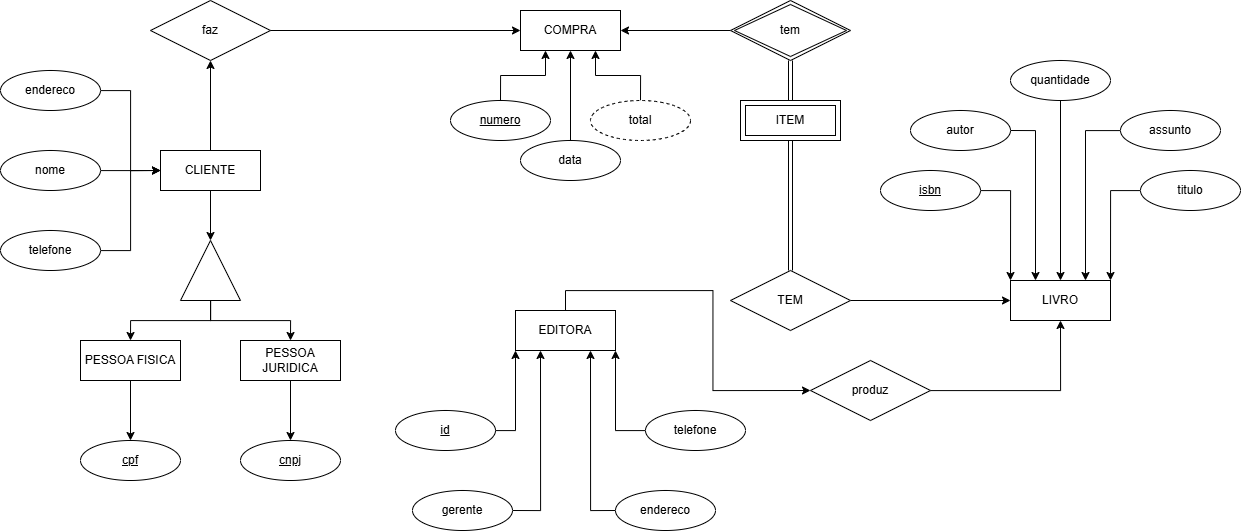
Above: puc2024.2/bcd/cardinalidades/licaoDeModelagem.drawio.png in batista29/puc (draw.io), before the change. Source tidied: cells renumbered, new cells last; positions are measured from the earlier drawing's top-left corner, leaving out a move shared by most shapes.
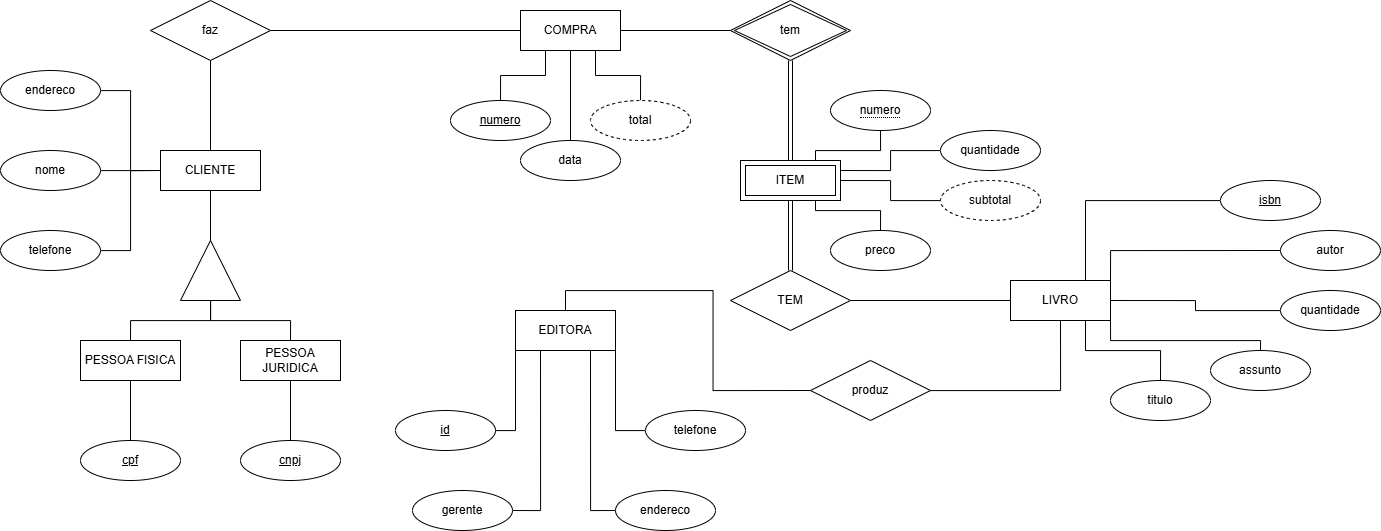
After the commit.

Commit message:
Faltando cardinalidade

Change to the diagram source:
```diff
@@ -2,13 +2,13 @@
   <root>
     <mxCell id="0" />
     <mxCell id="1" parent="0" />
-    <mxCell id="2" style="edgeStyle=orthogonalEdgeStyle;rounded=0;jettySize=auto;html=1;entryX=0.5;entryY=1;entryDx=0;entryDy=0;exitX=0.5;exitY=0;exitDx=0;exitDy=0;" parent="1" edge="1" source="3" target="51">
+    <mxCell id="2" style="edgeStyle=orthogonalEdgeStyle;rounded=0;jettySize=auto;html=1;entryX=0.5;entryY=1;entryDx=0;entryDy=0;exitX=0.5;exitY=0;exitDx=0;exitDy=0;endArrow=none;endFill=0;" parent="1" edge="1" source="3" target="51">
       <mxGeometry relative="1" as="geometry" />
     </mxCell>
     <mxCell id="3" value="CLIENTE" style="whiteSpace=wrap;html=1;align=center;labelBackgroundColor=none;" parent="1" vertex="1">
       <mxGeometry x="160" y="150" width="100" height="40" as="geometry" />
     </mxCell>
-    <mxCell id="4" style="edgeStyle=orthogonalEdgeStyle;rounded=0;jettySize=auto;html=1;entryX=0;entryY=0.5;entryDx=0;entryDy=0;exitX=0.5;exitY=0;exitDx=0;exitDy=0;" parent="1" edge="1" source="5" target="49">
+    <mxCell id="4" style="edgeStyle=orthogonalEdgeStyle;rounded=0;jettySize=auto;html=1;entryX=0;entryY=0.5;entryDx=0;entryDy=0;exitX=0.5;exitY=0;exitDx=0;exitDy=0;endArrow=none;endFill=0;" parent="1" edge="1" source="5" target="49">
       <mxGeometry relative="1" as="geometry" />
     </mxCell>
     <mxCell id="5" value="EDITORA" style="whiteSpace=wrap;html=1;align=center;labelBackgroundColor=none;" parent="1" vertex="1">
@@ -20,25 +20,25 @@
     <mxCell id="7" value="COMPRA" style="whiteSpace=wrap;html=1;align=center;labelBackgroundColor=none;" parent="1" vertex="1">
       <mxGeometry x="520" y="10" width="100" height="40" as="geometry" />
     </mxCell>
-    <mxCell id="8" style="edgeStyle=orthogonalEdgeStyle;rounded=0;jettySize=auto;html=1;entryX=0.5;entryY=0;entryDx=0;entryDy=0;labelBackgroundColor=none;fontColor=default;" parent="1" edge="1" source="10" target="15">
+    <mxCell id="8" style="edgeStyle=orthogonalEdgeStyle;rounded=0;jettySize=auto;html=1;entryX=0.5;entryY=0;entryDx=0;entryDy=0;labelBackgroundColor=none;fontColor=default;endArrow=none;endFill=0;" parent="1" edge="1" source="10" target="15">
       <mxGeometry relative="1" as="geometry" />
     </mxCell>
-    <mxCell id="9" style="edgeStyle=orthogonalEdgeStyle;rounded=0;jettySize=auto;html=1;entryX=0.5;entryY=0;entryDx=0;entryDy=0;labelBackgroundColor=none;fontColor=default;" parent="1" edge="1" source="10" target="12">
+    <mxCell id="9" style="edgeStyle=orthogonalEdgeStyle;rounded=0;jettySize=auto;html=1;entryX=0.5;entryY=0;entryDx=0;entryDy=0;labelBackgroundColor=none;fontColor=default;endArrow=none;endFill=0;" parent="1" edge="1" source="10" target="12">
       <mxGeometry relative="1" as="geometry" />
     </mxCell>
     <mxCell id="10" style="verticalLabelPosition=bottom;verticalAlign=top;html=1;shape=mxgraph.basic.acute_triangle;dx=0.5;labelBackgroundColor=none;" parent="1" vertex="1">
       <mxGeometry x="180" y="240" width="60" height="60" as="geometry" />
     </mxCell>
-    <mxCell id="11" style="edgeStyle=orthogonalEdgeStyle;rounded=0;jettySize=auto;html=1;entryX=0.5;entryY=0;entryDx=0;entryDy=0;labelBackgroundColor=none;fontColor=default;" parent="1" edge="1" source="12" target="16">
+    <mxCell id="11" style="edgeStyle=orthogonalEdgeStyle;rounded=0;jettySize=auto;html=1;entryX=0.5;entryY=0;entryDx=0;entryDy=0;labelBackgroundColor=none;fontColor=default;endArrow=none;endFill=0;" parent="1" edge="1" source="12" target="16">
       <mxGeometry relative="1" as="geometry" />
     </mxCell>
     <mxCell id="12" value="PESSOA FISICA" style="whiteSpace=wrap;html=1;align=center;labelBackgroundColor=none;" parent="1" vertex="1">
       <mxGeometry x="80" y="340" width="100" height="40" as="geometry" />
     </mxCell>
-    <mxCell id="13" style="edgeStyle=orthogonalEdgeStyle;rounded=0;jettySize=auto;html=1;entryX=0;entryY=0;entryDx=30;entryDy=0;entryPerimeter=0;labelBackgroundColor=none;fontColor=default;" parent="1" edge="1" source="3" target="10">
+    <mxCell id="13" style="edgeStyle=orthogonalEdgeStyle;rounded=0;jettySize=auto;html=1;entryX=0;entryY=0;entryDx=30;entryDy=0;entryPerimeter=0;labelBackgroundColor=none;fontColor=default;endArrow=none;endFill=0;" parent="1" edge="1" source="3" target="10">
       <mxGeometry relative="1" as="geometry" />
     </mxCell>
-    <mxCell id="14" style="edgeStyle=orthogonalEdgeStyle;rounded=0;jettySize=auto;html=1;entryX=0.5;entryY=0;entryDx=0;entryDy=0;labelBackgroundColor=none;fontColor=default;" parent="1" edge="1" source="15" target="17">
+    <mxCell id="14" style="edgeStyle=orthogonalEdgeStyle;rounded=0;jettySize=auto;html=1;entryX=0.5;entryY=0;entryDx=0;entryDy=0;labelBackgroundColor=none;fontColor=default;endArrow=none;endFill=0;" parent="1" edge="1" source="15" target="17">
       <mxGeometry relative="1" as="geometry" />
     </mxCell>
     <mxCell id="15" value="PESSOA JURIDICA" style="whiteSpace=wrap;html=1;align=center;labelBackgroundColor=none;" parent="1" vertex="1">
@@ -50,19 +50,19 @@
     <mxCell id="17" value="cnpj" style="ellipse;whiteSpace=wrap;html=1;align=center;fontStyle=4;labelBackgroundColor=none;" parent="1" vertex="1">
       <mxGeometry x="240" y="440" width="100" height="40" as="geometry" />
     </mxCell>
-    <mxCell id="18" style="edgeStyle=orthogonalEdgeStyle;rounded=0;jettySize=auto;html=1;entryX=0;entryY=0.5;entryDx=0;entryDy=0;labelBackgroundColor=none;fontColor=default;" parent="1" edge="1" source="19" target="3">
+    <mxCell id="18" style="edgeStyle=orthogonalEdgeStyle;rounded=0;jettySize=auto;html=1;entryX=0;entryY=0.5;entryDx=0;entryDy=0;labelBackgroundColor=none;fontColor=default;endArrow=none;endFill=0;" parent="1" edge="1" source="19" target="3">
       <mxGeometry relative="1" as="geometry" />
     </mxCell>
     <mxCell id="19" value="endereco" style="ellipse;whiteSpace=wrap;html=1;align=center;labelBackgroundColor=none;" parent="1" vertex="1">
       <mxGeometry y="70" width="100" height="40" as="geometry" />
     </mxCell>
-    <mxCell id="20" style="edgeStyle=orthogonalEdgeStyle;rounded=0;jettySize=auto;html=1;entryX=0;entryY=0.5;entryDx=0;entryDy=0;labelBackgroundColor=none;fontColor=default;" parent="1" edge="1" source="21" target="3">
+    <mxCell id="20" style="edgeStyle=orthogonalEdgeStyle;rounded=0;jettySize=auto;html=1;entryX=0;entryY=0.5;entryDx=0;entryDy=0;labelBackgroundColor=none;fontColor=default;endArrow=none;endFill=0;" parent="1" edge="1" source="21" target="3">
       <mxGeometry relative="1" as="geometry" />
     </mxCell>
     <mxCell id="21" value="telefone" style="ellipse;whiteSpace=wrap;html=1;align=center;labelBackgroundColor=none;" parent="1" vertex="1">
       <mxGeometry y="230" width="100" height="40" as="geometry" />
     </mxCell>
-    <mxCell id="22" style="edgeStyle=orthogonalEdgeStyle;rounded=0;jettySize=auto;html=1;labelBackgroundColor=none;fontColor=default;" parent="1" edge="1" source="23">
+    <mxCell id="22" style="edgeStyle=orthogonalEdgeStyle;rounded=0;jettySize=auto;html=1;labelBackgroundColor=none;fontColor=default;endArrow=none;endFill=0;" parent="1" edge="1" source="23">
       <mxGeometry relative="1" as="geometry">
         <mxPoint x="160" y="170" as="targetPoint" />
       </mxGeometry>
@@ -73,82 +73,87 @@
     <mxCell id="24" value="id" style="ellipse;whiteSpace=wrap;html=1;align=center;fontStyle=4;labelBackgroundColor=none;" parent="1" vertex="1">
       <mxGeometry x="395" y="410" width="100" height="40" as="geometry" />
     </mxCell>
-    <mxCell id="25" style="edgeStyle=orthogonalEdgeStyle;rounded=0;jettySize=auto;html=1;entryX=0.75;entryY=1;entryDx=0;entryDy=0;exitX=0;exitY=0.5;exitDx=0;exitDy=0;labelBackgroundColor=none;fontColor=default;" parent="1" edge="1" source="26" target="5">
+    <mxCell id="25" style="edgeStyle=orthogonalEdgeStyle;rounded=0;jettySize=auto;html=1;entryX=0.75;entryY=1;entryDx=0;entryDy=0;exitX=0;exitY=0.5;exitDx=0;exitDy=0;labelBackgroundColor=none;fontColor=default;endArrow=none;endFill=0;" parent="1" edge="1" source="26" target="5">
       <mxGeometry relative="1" as="geometry" />
     </mxCell>
     <mxCell id="26" value="endereco" style="ellipse;whiteSpace=wrap;html=1;align=center;labelBackgroundColor=none;" parent="1" vertex="1">
       <mxGeometry x="615" y="490" width="100" height="40" as="geometry" />
     </mxCell>
-    <mxCell id="27" style="edgeStyle=orthogonalEdgeStyle;rounded=0;jettySize=auto;html=1;entryX=0.25;entryY=1;entryDx=0;entryDy=0;exitX=1;exitY=0.5;exitDx=0;exitDy=0;labelBackgroundColor=none;fontColor=default;" parent="1" edge="1" source="28" target="5">
+    <mxCell id="27" style="edgeStyle=orthogonalEdgeStyle;rounded=0;jettySize=auto;html=1;entryX=0.25;entryY=1;entryDx=0;entryDy=0;exitX=1;exitY=0.5;exitDx=0;exitDy=0;labelBackgroundColor=none;fontColor=default;endArrow=none;endFill=0;" parent="1" edge="1" source="28" target="5">
       <mxGeometry relative="1" as="geometry" />
     </mxCell>
     <mxCell id="28" value="gerente" style="ellipse;whiteSpace=wrap;html=1;align=center;labelBackgroundColor=none;" parent="1" vertex="1">
       <mxGeometry x="412" y="490" width="100" height="40" as="geometry" />
     </mxCell>
-    <mxCell id="29" style="edgeStyle=orthogonalEdgeStyle;rounded=0;jettySize=auto;html=1;entryX=1;entryY=1;entryDx=0;entryDy=0;labelBackgroundColor=none;fontColor=default;" parent="1" edge="1" source="30" target="5">
+    <mxCell id="29" style="edgeStyle=orthogonalEdgeStyle;rounded=0;jettySize=auto;html=1;entryX=1;entryY=1;entryDx=0;entryDy=0;labelBackgroundColor=none;fontColor=default;endArrow=none;endFill=0;" parent="1" edge="1" source="30" target="5">
       <mxGeometry relative="1" as="geometry" />
     </mxCell>
     <mxCell id="30" value="telefone" style="ellipse;whiteSpace=wrap;html=1;align=center;labelBackgroundColor=none;" parent="1" vertex="1">
       <mxGeometry x="645" y="410" width="100" height="40" as="geometry" />
     </mxCell>
-    <mxCell id="31" style="edgeStyle=orthogonalEdgeStyle;rounded=0;jettySize=auto;html=1;entryX=0;entryY=1;entryDx=0;entryDy=0;labelBackgroundColor=none;fontColor=default;" parent="1" edge="1" source="24" target="5">
+    <mxCell id="31" style="edgeStyle=orthogonalEdgeStyle;rounded=0;jettySize=auto;html=1;entryX=0;entryY=1;entryDx=0;entryDy=0;labelBackgroundColor=none;fontColor=default;endArrow=none;endFill=0;" parent="1" edge="1" source="24" target="5">
       <mxGeometry relative="1" as="geometry" />
     </mxCell>
-    <mxCell id="32" style="edgeStyle=orthogonalEdgeStyle;rounded=0;jettySize=auto;html=1;entryX=0;entryY=0;entryDx=0;entryDy=0;labelBackgroundColor=none;fontColor=default;" parent="1" edge="1" source="33" target="6">
+    <mxCell id="32" style="edgeStyle=orthogonalEdgeStyle;rounded=0;jettySize=auto;html=1;entryX=0.75;entryY=0;entryDx=0;entryDy=0;labelBackgroundColor=none;fontColor=default;endArrow=none;endFill=0;" parent="1" edge="1" source="33" target="6">
       <mxGeometry relative="1" as="geometry" />
     </mxCell>
     <mxCell id="33" value="isbn" style="ellipse;whiteSpace=wrap;html=1;align=center;fontStyle=4;labelBackgroundColor=none;" parent="1" vertex="1">
-      <mxGeometry x="880" y="170" width="100" height="40" as="geometry" />
+      <mxGeometry x="1220" y="180" width="100" height="40" as="geometry" />
     </mxCell>
-    <mxCell id="34" style="edgeStyle=orthogonalEdgeStyle;rounded=0;jettySize=auto;html=1;entryX=0.25;entryY=0;entryDx=0;entryDy=0;exitX=1;exitY=0.5;exitDx=0;exitDy=0;labelBackgroundColor=none;fontColor=default;" parent="1" edge="1" source="35" target="6">
+    <mxCell id="34" style="edgeStyle=orthogonalEdgeStyle;rounded=0;jettySize=auto;html=1;entryX=1;entryY=0;entryDx=0;entryDy=0;exitX=0;exitY=0.5;exitDx=0;exitDy=0;labelBackgroundColor=none;fontColor=default;endArrow=none;endFill=0;" parent="1" edge="1" source="35" target="6">
       <mxGeometry relative="1" as="geometry" />
     </mxCell>
     <mxCell id="35" value="autor" style="ellipse;whiteSpace=wrap;html=1;align=center;labelBackgroundColor=none;" parent="1" vertex="1">
-      <mxGeometry x="910" y="110" width="100" height="40" as="geometry" />
+      <mxGeometry x="1280" y="230" width="100" height="40" as="geometry" />
     </mxCell>
-    <mxCell id="36" style="edgeStyle=orthogonalEdgeStyle;rounded=0;jettySize=auto;html=1;entryX=1;entryY=0;entryDx=0;entryDy=0;labelBackgroundColor=none;fontColor=default;" parent="1" edge="1" source="37" target="6">
+    <mxCell id="36" style="edgeStyle=orthogonalEdgeStyle;rounded=0;jettySize=auto;html=1;entryX=0.75;entryY=1;entryDx=0;entryDy=0;labelBackgroundColor=none;fontColor=default;endArrow=none;endFill=0;" parent="1" edge="1" source="37" target="6">
       <mxGeometry relative="1" as="geometry" />
     </mxCell>
     <mxCell id="37" value="titulo" style="ellipse;whiteSpace=wrap;html=1;align=center;labelBackgroundColor=none;" parent="1" vertex="1">
-      <mxGeometry x="1140" y="170" width="100" height="40" as="geometry" />
+      <mxGeometry x="1110" y="380" width="100" height="40" as="geometry" />
     </mxCell>
-    <mxCell id="38" style="edgeStyle=orthogonalEdgeStyle;rounded=0;jettySize=auto;html=1;entryX=0.75;entryY=0;entryDx=0;entryDy=0;labelBackgroundColor=none;fontColor=default;" parent="1" edge="1" source="39" target="6">
-      <mxGeometry relative="1" as="geometry" />
+    <mxCell id="38" style="edgeStyle=orthogonalEdgeStyle;rounded=0;jettySize=auto;html=1;entryX=1;entryY=1;entryDx=0;entryDy=0;endArrow=none;endFill=0;" parent="1" edge="1" source="39" target="6">
+      <mxGeometry relative="1" as="geometry">
+        <Array as="points">
+          <mxPoint x="1260" y="340" />
+          <mxPoint x="1110" y="340" />
+        </Array>
+      </mxGeometry>
     </mxCell>
     <mxCell id="39" value="assunto" style="ellipse;whiteSpace=wrap;html=1;align=center;labelBackgroundColor=none;" parent="1" vertex="1">
-      <mxGeometry x="1120" y="110" width="100" height="40" as="geometry" />
+      <mxGeometry x="1210" y="350" width="100" height="40" as="geometry" />
     </mxCell>
-    <mxCell id="40" style="edgeStyle=orthogonalEdgeStyle;rounded=0;jettySize=auto;html=1;entryX=0.5;entryY=0;entryDx=0;entryDy=0;labelBackgroundColor=none;fontColor=default;" parent="1" edge="1" source="41" target="6">
+    <mxCell id="40" style="edgeStyle=orthogonalEdgeStyle;rounded=0;jettySize=auto;html=1;entryX=1;entryY=0.5;entryDx=0;entryDy=0;labelBackgroundColor=none;fontColor=default;endArrow=none;endFill=0;" parent="1" edge="1" source="41" target="6">
       <mxGeometry relative="1" as="geometry" />
     </mxCell>
     <mxCell id="41" value="quantidade" style="ellipse;whiteSpace=wrap;html=1;align=center;labelBackgroundColor=none;" parent="1" vertex="1">
-      <mxGeometry x="1010" y="60" width="100" height="40" as="geometry" />
+      <mxGeometry x="1280" y="290" width="100" height="40" as="geometry" />
     </mxCell>
-    <mxCell id="42" style="edgeStyle=orthogonalEdgeStyle;rounded=0;jettySize=auto;html=1;entryX=0.5;entryY=1;entryDx=0;entryDy=0;labelBackgroundColor=none;fontColor=default;" parent="1" edge="1" source="43" target="7">
+    <mxCell id="42" style="edgeStyle=orthogonalEdgeStyle;rounded=0;jettySize=auto;html=1;entryX=0.5;entryY=1;entryDx=0;entryDy=0;labelBackgroundColor=none;fontColor=default;endArrow=none;endFill=0;" parent="1" edge="1" source="43" target="7">
       <mxGeometry relative="1" as="geometry" />
     </mxCell>
     <mxCell id="43" value="data" style="ellipse;whiteSpace=wrap;html=1;align=center;labelBackgroundColor=none;" parent="1" vertex="1">
       <mxGeometry x="520" y="140" width="100" height="40" as="geometry" />
     </mxCell>
-    <mxCell id="44" style="edgeStyle=orthogonalEdgeStyle;rounded=0;jettySize=auto;html=1;entryX=0.25;entryY=1;entryDx=0;entryDy=0;labelBackgroundColor=none;fontColor=default;" parent="1" edge="1" source="45" target="7">
+    <mxCell id="44" style="edgeStyle=orthogonalEdgeStyle;rounded=0;jettySize=auto;html=1;entryX=0.25;entryY=1;entryDx=0;entryDy=0;labelBackgroundColor=none;fontColor=default;endArrow=none;endFill=0;" parent="1" edge="1" source="45" target="7">
       <mxGeometry relative="1" as="geometry" />
     </mxCell>
     <mxCell id="45" value="numero" style="ellipse;whiteSpace=wrap;html=1;align=center;fontStyle=4;labelBackgroundColor=none;" parent="1" vertex="1">
       <mxGeometry x="450" y="100" width="100" height="40" as="geometry" />
     </mxCell>
-    <mxCell id="46" style="edgeStyle=orthogonalEdgeStyle;rounded=0;jettySize=auto;html=1;entryX=0.75;entryY=1;entryDx=0;entryDy=0;labelBackgroundColor=none;fontColor=default;" parent="1" edge="1" source="47" target="7">
+    <mxCell id="46" style="edgeStyle=orthogonalEdgeStyle;rounded=0;jettySize=auto;html=1;entryX=0.75;entryY=1;entryDx=0;entryDy=0;labelBackgroundColor=none;fontColor=default;endArrow=none;endFill=0;" parent="1" edge="1" source="47" target="7">
       <mxGeometry relative="1" as="geometry" />
     </mxCell>
     <mxCell id="47" value="total" style="ellipse;whiteSpace=wrap;html=1;align=center;dashed=1;labelBackgroundColor=none;" parent="1" vertex="1">
       <mxGeometry x="590" y="100" width="100" height="40" as="geometry" />
     </mxCell>
-    <mxCell id="48" style="edgeStyle=orthogonalEdgeStyle;rounded=0;jettySize=auto;html=1;entryX=0.5;entryY=1;entryDx=0;entryDy=0;" parent="1" edge="1" source="49" target="6">
+    <mxCell id="48" style="edgeStyle=orthogonalEdgeStyle;rounded=0;jettySize=auto;html=1;entryX=0.5;entryY=1;entryDx=0;entryDy=0;endArrow=none;endFill=0;" parent="1" edge="1" source="49" target="6">
       <mxGeometry relative="1" as="geometry" />
     </mxCell>
     <mxCell id="49" value="produz" style="shape=rhombus;perimeter=rhombusPerimeter;whiteSpace=wrap;html=1;align=center;labelBackgroundColor=none;" parent="1" vertex="1">
       <mxGeometry x="810" y="360" width="120" height="60" as="geometry" />
     </mxCell>
-    <mxCell id="50" style="edgeStyle=orthogonalEdgeStyle;rounded=0;jettySize=auto;html=1;entryX=0;entryY=0.5;entryDx=0;entryDy=0;labelBackgroundColor=none;fontColor=default;" parent="1" edge="1" source="51" target="7">
+    <mxCell id="50" style="edgeStyle=orthogonalEdgeStyle;rounded=0;jettySize=auto;html=1;entryX=0;entryY=0.5;entryDx=0;entryDy=0;labelBackgroundColor=none;fontColor=default;endArrow=none;endFill=0;" parent="1" edge="1" source="51" target="7">
       <mxGeometry relative="1" as="geometry" />
     </mxCell>
     <mxCell id="51" value="faz" style="shape=rhombus;perimeter=rhombusPerimeter;whiteSpace=wrap;html=1;align=center;labelBackgroundColor=none;" parent="1" vertex="1">
@@ -157,7 +162,7 @@
     <mxCell id="52" style="edgeStyle=orthogonalEdgeStyle;rounded=0;jettySize=auto;html=1;shape=link;labelBackgroundColor=none;fontColor=default;exitX=0.5;exitY=1;exitDx=0;exitDy=0;entryX=0.5;entryY=0;entryDx=0;entryDy=0;" parent="1" edge="1" source="54" target="56">
       <mxGeometry relative="1" as="geometry" />
     </mxCell>
-    <mxCell id="53" style="edgeStyle=orthogonalEdgeStyle;rounded=0;jettySize=auto;html=1;exitX=0;exitY=0.5;exitDx=0;exitDy=0;entryX=1;entryY=0.5;entryDx=0;entryDy=0;labelBackgroundColor=none;fontColor=default;" parent="1" edge="1" source="54" target="7">
+    <mxCell id="53" style="edgeStyle=orthogonalEdgeStyle;rounded=0;jettySize=auto;html=1;exitX=0;exitY=0.5;exitDx=0;exitDy=0;entryX=1;entryY=0.5;entryDx=0;entryDy=0;labelBackgroundColor=none;fontColor=default;endArrow=none;endFill=0;" parent="1" edge="1" source="54" target="7">
       <mxGeometry relative="1" as="geometry" />
     </mxCell>
     <mxCell id="54" value="tem" style="shape=rhombus;double=1;perimeter=rhombusPerimeter;whiteSpace=wrap;html=1;align=center;labelBackgroundColor=none;" parent="1" vertex="1">
@@ -167,13 +172,37 @@
       <mxGeometry relative="1" as="geometry" />
     </mxCell>
     <mxCell id="56" value="ITEM" style="shape=ext;margin=3;double=1;whiteSpace=wrap;html=1;align=center;labelBackgroundColor=none;" parent="1" vertex="1">
-      <mxGeometry x="740" y="100" width="100" height="40" as="geometry" />
+      <mxGeometry x="740" y="160" width="100" height="40" as="geometry" />
     </mxCell>
-    <mxCell id="57" style="edgeStyle=orthogonalEdgeStyle;rounded=0;jettySize=auto;html=1;exitX=1;exitY=0.5;exitDx=0;exitDy=0;entryX=0;entryY=0.5;entryDx=0;entryDy=0;" parent="1" edge="1" source="58" target="6">
+    <mxCell id="57" style="edgeStyle=orthogonalEdgeStyle;rounded=0;jettySize=auto;html=1;exitX=1;exitY=0.5;exitDx=0;exitDy=0;entryX=0;entryY=0.5;entryDx=0;entryDy=0;endArrow=none;endFill=0;" parent="1" edge="1" source="58" target="6">
       <mxGeometry relative="1" as="geometry" />
     </mxCell>
     <mxCell id="58" value="TEM" style="shape=rhombus;perimeter=rhombusPerimeter;whiteSpace=wrap;html=1;align=center;labelBackgroundColor=none;" parent="1" vertex="1">
       <mxGeometry x="730" y="270" width="120" height="60" as="geometry" />
     </mxCell>
+    <mxCell id="59" style="edgeStyle=orthogonalEdgeStyle;rounded=0;jettySize=auto;html=1;entryX=0.75;entryY=0;entryDx=0;entryDy=0;endArrow=none;endFill=0;" parent="1" edge="1" source="60" target="56">
+      <mxGeometry relative="1" as="geometry" />
+    </mxCell>
+    <mxCell id="60" value="&lt;span style=&quot;border-bottom: 1px dotted&quot;&gt;numero&lt;/span&gt;" style="ellipse;whiteSpace=wrap;html=1;align=center;" parent="1" vertex="1">
+      <mxGeometry x="830" y="90" width="100" height="40" as="geometry" />
+    </mxCell>
+    <mxCell id="61" style="edgeStyle=orthogonalEdgeStyle;rounded=0;jettySize=auto;html=1;entryX=1;entryY=0.25;entryDx=0;entryDy=0;endArrow=none;endFill=0;" parent="1" edge="1" source="62" target="56">
+      <mxGeometry relative="1" as="geometry" />
+    </mxCell>
+    <mxCell id="62" value="quantidade" style="ellipse;whiteSpace=wrap;html=1;align=center;labelBackgroundColor=none;" parent="1" vertex="1">
+      <mxGeometry x="940" y="130" width="100" height="40" as="geometry" />
+    </mxCell>
+    <mxCell id="63" style="edgeStyle=orthogonalEdgeStyle;rounded=0;jettySize=auto;html=1;entryX=1;entryY=0.5;entryDx=0;entryDy=0;endArrow=none;endFill=0;" parent="1" edge="1" source="64" target="56">
+      <mxGeometry relative="1" as="geometry" />
+    </mxCell>
+    <mxCell id="64" value="subtotal" style="ellipse;whiteSpace=wrap;html=1;align=center;dashed=1;labelBackgroundColor=none;" parent="1" vertex="1">
+      <mxGeometry x="940" y="180" width="100" height="40" as="geometry" />
+    </mxCell>
+    <mxCell id="65" style="edgeStyle=orthogonalEdgeStyle;rounded=0;jettySize=auto;html=1;entryX=0.75;entryY=1;entryDx=0;entryDy=0;endArrow=none;endFill=0;" parent="1" edge="1" source="66" target="56">
+      <mxGeometry relative="1" as="geometry" />
+    </mxCell>
+    <mxCell id="66" value="preco" style="ellipse;whiteSpace=wrap;html=1;align=center;labelBackgroundColor=none;" parent="1" vertex="1">
+      <mxGeometry x="830" y="230" width="100" height="40" as="geometry" />
+    </mxCell>
   </root>
 </mxGraphModel>
```
